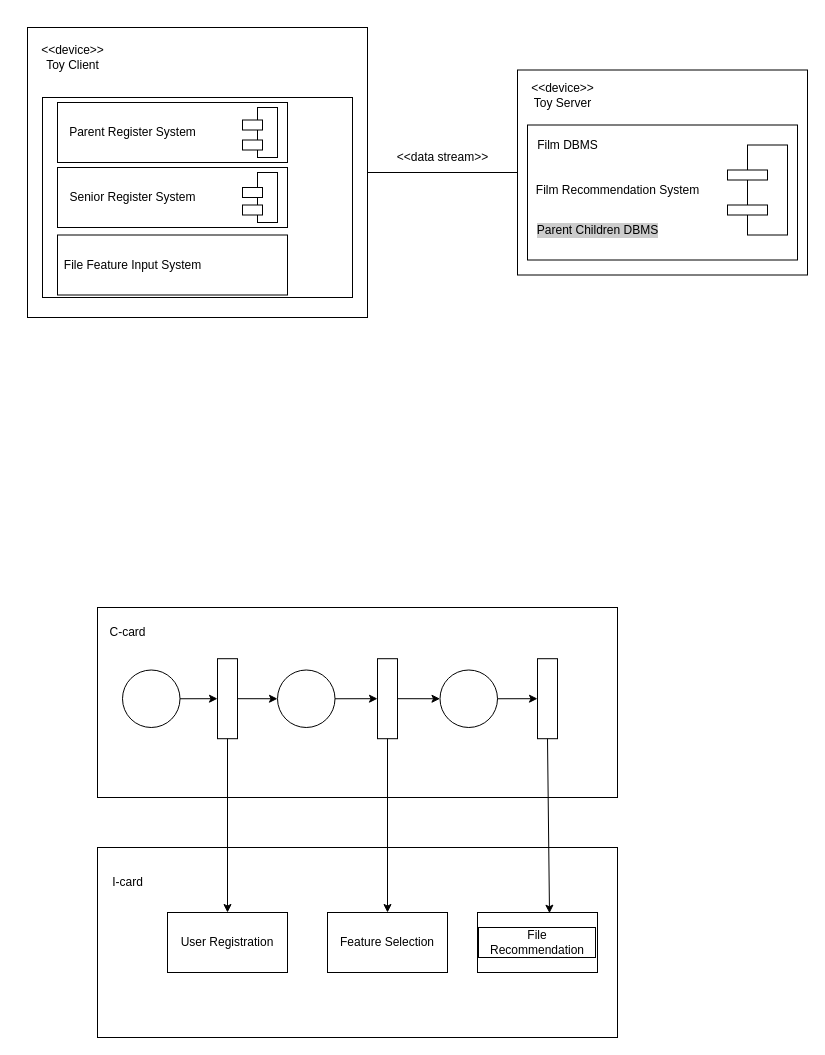
Tianyu9748/hello-world keeps this draw.io diagram as page "第 2 页" (2 of 3) of se_ex4.drawio. Above is the earlier version. Source tidied: cells renumbered, new cells numbered last; positions are measured from the earlier drawing's top-left corner, leaving out a move shared by most shapes. Both pictures are drawn from the tidied source at 100%, with x=0, y=0 at pixel (27, 27).
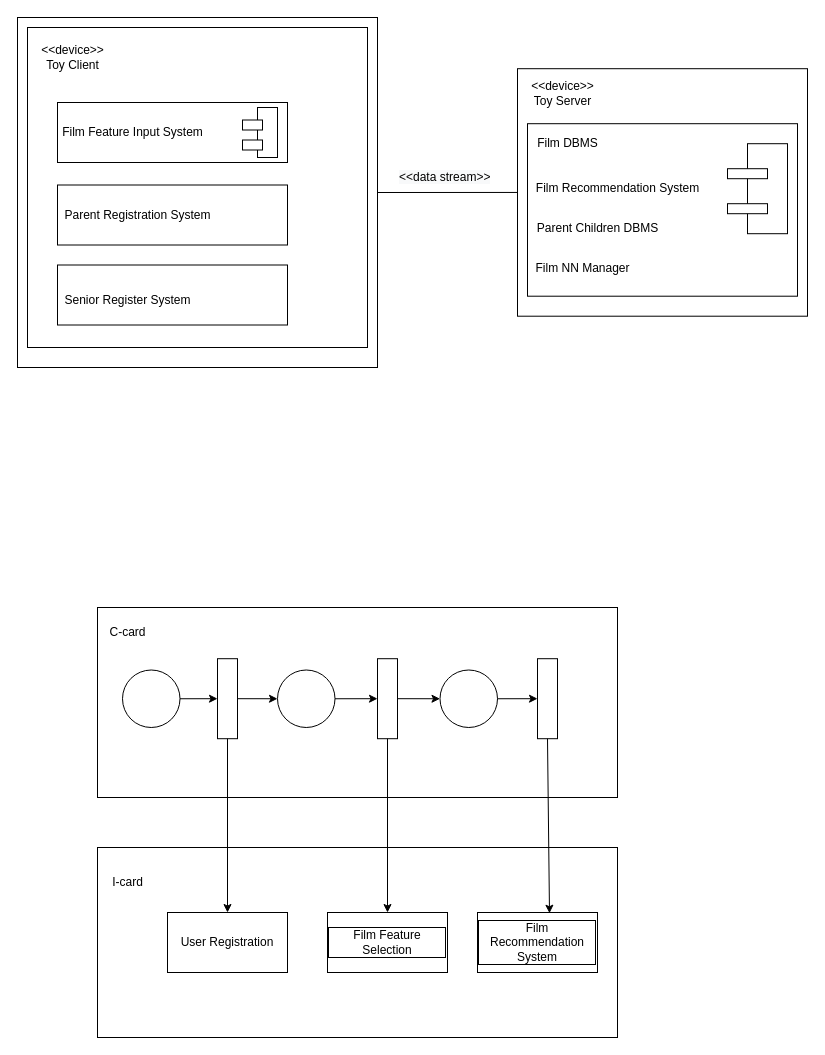
Above is the later version.

Unchanged cells that the change refers to:
```xml
<mxCell id="20" style="rounded=0;whiteSpace=wrap;html=1;" parent="1" vertex="1">
  <mxGeometry x="350" y="631.2" width="20" height="80" as="geometry" />
</mxCell>
```

Change to the diagram source:
```diff
@@
+    <mxCell id="49" style="rounded=0;whiteSpace=wrap;html=1;labelBackgroundColor=none;" parent="1" vertex="1">
+      <mxGeometry x="-10" y="-10" width="360" height="350" as="geometry" />
+    </mxCell>
     <mxCell id="2" style="rounded=0;whiteSpace=wrap;html=1;" parent="1" vertex="1">
-      <mxGeometry width="340" height="290" as="geometry" />
+      <mxGeometry width="340" height="320" as="geometry" />
     </mxCell>
@@
-    <mxCell id="4" style="rounded=0;whiteSpace=wrap;html=1;" parent="1" vertex="1">
-      <mxGeometry x="15" y="70" width="310" height="200" as="geometry" />
-    </mxCell>
     <mxCell id="5" style="rounded=0;whiteSpace=wrap;html=1;" parent="1" vertex="1">
-      <mxGeometry x="490" y="42.5" width="290" height="205" as="geometry" />
+      <mxGeometry x="490" y="41.2" width="290" height="247.5" as="geometry" />
     </mxCell>
     <mxCell id="6" value="&amp;lt;&amp;lt;device&amp;gt;&amp;gt;&lt;br&gt;Toy Server" style="text;html=1;align=center;verticalAlign=middle;strokeColor=none;fillColor=none;" parent="1" vertex="1">
-      <mxGeometry x="490" y="47.5" width="90" height="40" as="geometry" />
+      <mxGeometry x="490" y="46.2" width="90" height="40" as="geometry" />
     </mxCell>
     <mxCell id="7" style="rounded=0;whiteSpace=wrap;html=1;" parent="1" vertex="1">
-      <mxGeometry x="500" y="97.5" width="270" height="135" as="geometry" />
+      <mxGeometry x="500" y="96.2" width="270" height="172.5" as="geometry" />
     </mxCell>
     <mxCell id="8" style="rounded=0;whiteSpace=wrap;html=1;" parent="1" vertex="1">
-      <mxGeometry x="720" y="117.5" width="40" height="90" as="geometry" />
+      <mxGeometry x="720" y="116.2" width="40" height="90" as="geometry" />
     </mxCell>
     <mxCell id="9" style="rounded=0;whiteSpace=wrap;html=1;" parent="1" vertex="1">
-      <mxGeometry x="700" y="142.5" width="40" height="10" as="geometry" />
+      <mxGeometry x="700" y="141.2" width="40" height="10" as="geometry" />
     </mxCell>
     <mxCell id="10" style="rounded=0;whiteSpace=wrap;html=1;" parent="1" vertex="1">
-      <mxGeometry x="700" y="177.5" width="40" height="10" as="geometry" />
+      <mxGeometry x="700" y="176.2" width="40" height="10" as="geometry" />
     </mxCell>
     <mxCell id="11" value="Film DBMS" style="text;html=1;align=center;verticalAlign=middle;strokeColor=none;fillColor=none;labelBackgroundColor=#FFFFFF;" parent="1" vertex="1">
-      <mxGeometry x="500" y="102.5" width="80" height="30" as="geometry" />
+      <mxGeometry x="500" y="101.2" width="80" height="30" as="geometry" />
     </mxCell>
     <mxCell id="12" value="Film Recommendation System" style="text;html=1;align=center;verticalAlign=middle;strokeColor=none;fillColor=none;" parent="1" vertex="1">
-      <mxGeometry x="495" y="147.5" width="190" height="30" as="geometry" />
+      <mxGeometry x="495" y="146.2" width="190" height="30" as="geometry" />
     </mxCell>
-    <mxCell id="13" value="Parent Children DBMS" style="text;html=1;align=center;verticalAlign=middle;strokeColor=none;fillColor=none;fontColor=#000000;labelBackgroundColor=#CCCCCC;" parent="1" vertex="1">
-      <mxGeometry x="500" y="187.5" width="140" height="30" as="geometry" />
+    <mxCell id="13" value="Parent Children DBMS" style="text;html=1;align=center;verticalAlign=middle;strokeColor=none;fillColor=none;fontColor=#000000;labelBackgroundColor=none;" parent="1" vertex="1">
+      <mxGeometry x="500" y="186.2" width="140" height="30" as="geometry" />
     </mxCell>
-    <mxCell id="14" style="endArrow=none;html=1;rounded=0;entryX=0;entryY=0.5;entryDx=0;entryDy=0;exitX=1;exitY=0.5;exitDx=0;exitDy=0;" parent="1" edge="1" source="2" target="5">
-      <mxGeometry relative="1" as="geometry" />
-    </mxCell>
-    <mxCell id="15" value="&amp;lt;&amp;lt;data stream&amp;gt;&amp;gt;" style="text;html=1;align=center;verticalAlign=middle;strokeColor=none;fillColor=none;" parent="1" vertex="1">
-      <mxGeometry x="360" y="115" width="110" height="30" as="geometry" />
-    </mxCell>
@@
-    <mxCell id="27" value="Feature Selection" style="rounded=0;whiteSpace=wrap;html=1;shadow=0;labelBorderColor=none;" parent="1" vertex="1">
-      <mxGeometry x="300" y="885" width="120" height="60" as="geometry" />
-    </mxCell>
-    <mxCell id="28" value="File Recommendation" style="rounded=0;whiteSpace=wrap;html=1;glass=0;shadow=0;sketch=0;strokeColor=default;labelBorderColor=#000000;" parent="1" vertex="1">
+    <mxCell id="28" value="Film Recommendation System" style="rounded=0;whiteSpace=wrap;html=1;glass=0;shadow=0;sketch=0;strokeColor=default;labelBorderColor=#000000;" parent="1" vertex="1">
       <mxGeometry x="450" y="885" width="120" height="60" as="geometry" />
     </mxCell>
@@
-    <mxCell id="30" style="endArrow=classic;html=1;rounded=0;entryX=0.5;entryY=0;entryDx=0;entryDy=0;exitX=0.5;exitY=1;exitDx=0;exitDy=0;" parent="1" edge="1" source="20" target="27">
+    <mxCell id="30" style="endArrow=classic;html=1;rounded=0;entryX=0.5;entryY=0;entryDx=0;entryDy=0;exitX=0.5;exitY=1;exitDx=0;exitDy=0;" parent="1" edge="1" source="20" target="51">
       <mxGeometry relative="1" as="geometry" />
     </mxCell>
@@
-    <mxCell id="41" value="Parent Register System" style="text;html=1;align=center;verticalAlign=middle;strokeColor=none;fillColor=none;" parent="1" vertex="1">
-      <mxGeometry x="30" y="90" width="150" height="30" as="geometry" />
+    <mxCell id="41" value="Film Feature Input System" style="text;html=1;align=center;verticalAlign=middle;strokeColor=none;fillColor=none;" parent="1" vertex="1">
+      <mxGeometry x="25" y="90" width="160" height="30" as="geometry" />
     </mxCell>
-    <mxCell id="42" style="rounded=0;whiteSpace=wrap;html=1;" parent="1" vertex="1">
-      <mxGeometry x="30" y="140" width="230" height="60" as="geometry" />
-    </mxCell>
-    <mxCell id="43" style="rounded=0;whiteSpace=wrap;html=1;" parent="1" vertex="1">
-      <mxGeometry x="230" y="145" width="20" height="50" as="geometry" />
-    </mxCell>
-    <mxCell id="44" style="rounded=0;whiteSpace=wrap;html=1;" parent="1" vertex="1">
-      <mxGeometry x="215" y="177.5" width="20" height="10" as="geometry" />
-    </mxCell>
-    <mxCell id="45" value="Senior Register System" style="text;html=1;align=center;verticalAlign=middle;strokeColor=none;fillColor=none;" parent="1" vertex="1">
-      <mxGeometry x="30" y="155" width="150" height="30" as="geometry" />
-    </mxCell>
     <mxCell id="46" style="rounded=0;whiteSpace=wrap;html=1;" parent="1" vertex="1">
-      <mxGeometry x="30" y="207.5" width="230" height="60" as="geometry" />
+      <mxGeometry x="30" y="157.5" width="230" height="60" as="geometry" />
     </mxCell>
-    <mxCell id="47" value="File Feature Input System" style="text;html=1;align=center;verticalAlign=middle;strokeColor=none;fillColor=none;" parent="1" vertex="1">
-      <mxGeometry x="25" y="222.5" width="160" height="30" as="geometry" />
+    <mxCell id="47" value="Parent Registration System" style="text;html=1;align=center;verticalAlign=middle;strokeColor=none;fillColor=none;" parent="1" vertex="1">
+      <mxGeometry x="25" y="172.5" width="170" height="30" as="geometry" />
     </mxCell>
-    <mxCell id="48" style="rounded=0;whiteSpace=wrap;html=1;" parent="1" vertex="1">
-      <mxGeometry x="215" y="160" width="20" height="10" as="geometry" />
-    </mxCell>
+    <mxCell id="50" style="rounded=0;whiteSpace=wrap;html=1;" parent="1" vertex="1">
+      <mxGeometry x="30" y="237.5" width="230" height="60" as="geometry" />
+    </mxCell>
+    <mxCell id="45" value="Senior Register System" style="text;html=1;align=center;verticalAlign=middle;strokeColor=none;fillColor=none;" parent="1" vertex="1">
+      <mxGeometry x="25" y="257.5" width="150" height="30" as="geometry" />
+    </mxCell>
+    <mxCell id="51" value="Film Feature Selection" style="rounded=0;whiteSpace=wrap;html=1;glass=0;shadow=0;sketch=0;strokeColor=default;labelBorderColor=#000000;" parent="1" vertex="1">
+      <mxGeometry x="300" y="885" width="120" height="60" as="geometry" />
+    </mxCell>
+    <mxCell id="52" value="Film NN Manager" style="text;html=1;align=center;verticalAlign=middle;strokeColor=none;fillColor=none;" parent="1" vertex="1">
+      <mxGeometry x="495" y="226.2" width="120" height="30" as="geometry" />
+    </mxCell>
+    <mxCell id="53" style="endArrow=none;html=1;rounded=0;entryX=0;entryY=0.5;entryDx=0;entryDy=0;exitX=1;exitY=0.5;exitDx=0;exitDy=0;" parent="1" edge="1" source="49" target="5">
+      <mxGeometry relative="1" as="geometry" />
+    </mxCell>
+    <mxCell id="15" value="&lt;span style=&quot;color: rgb(0, 0, 0); font-family: Helvetica; font-size: 12px; font-style: normal; font-variant-ligatures: normal; font-variant-caps: normal; font-weight: 400; letter-spacing: normal; orphans: 2; text-align: center; text-indent: 0px; text-transform: none; widows: 2; word-spacing: 0px; -webkit-text-stroke-width: 0px; background-color: rgb(248, 249, 250); text-decoration-thickness: initial; text-decoration-style: initial; text-decoration-color: initial; float: none; display: inline !important;&quot;&gt;&amp;lt;&amp;lt;data stream&amp;gt;&amp;gt;&lt;/span&gt;" style="text;whiteSpace=wrap;html=1;" parent="1" vertex="1">
+      <mxGeometry x="370" y="136.2" width="120" height="40" as="geometry" />
+    </mxCell>
```
